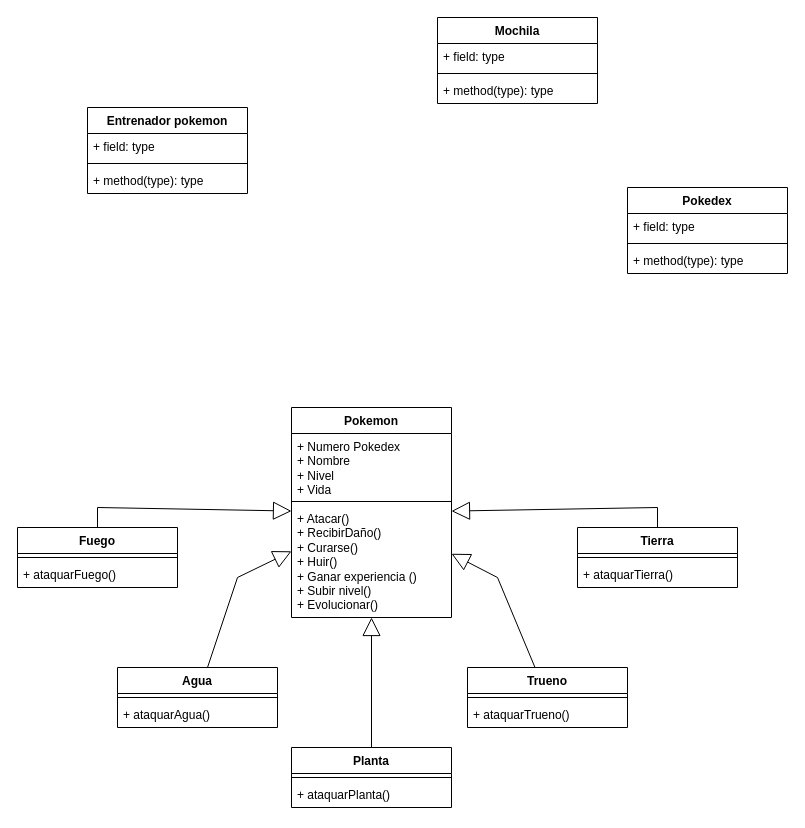
serigio04/Proyecto-tokemon keeps this draw.io diagram as docs/Diagrama de clases.drawio. Above is the earlier version. Source tidied: cells renumbered, new cells numbered last; positions are measured from the earlier drawing's top-left corner, leaving out a move shared by most shapes. Both pictures are drawn from the tidied source at 100%, with x=0, y=0 at pixel (17, 17).
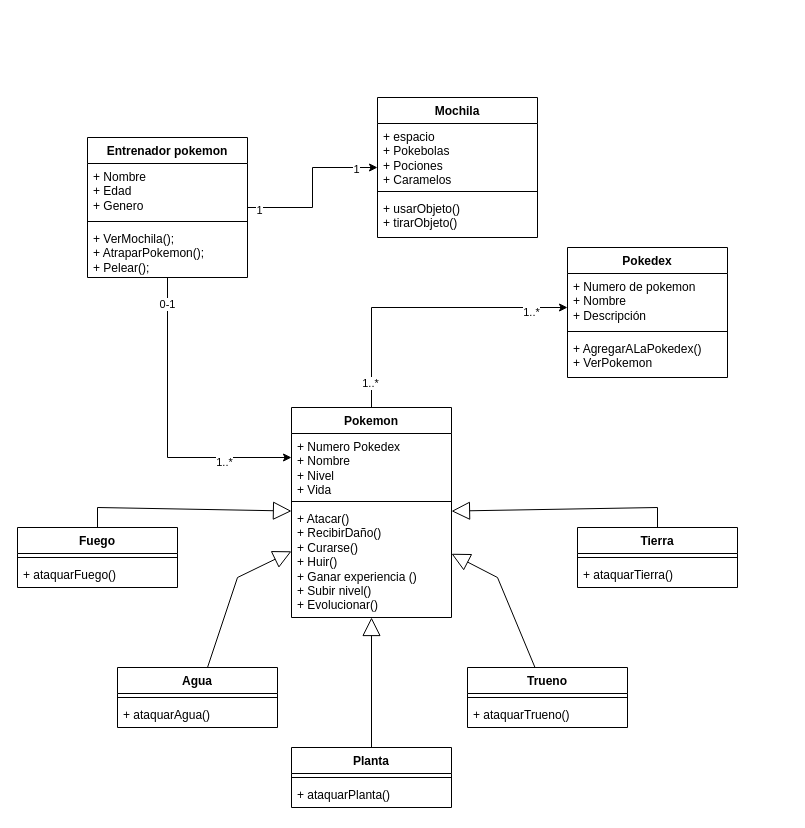
The same diagram, later.

Commit message:
[FIX] Diagrama de clases

The change refers to these unchanged cells:
```xml
<mxCell id="2" value="Pokemon" style="swimlane;fontStyle=1;align=center;verticalAlign=top;horizontal=1;startSize=26;whiteSpace=wrap;html=1;" parent="1" vertex="1">
  <mxGeometry x="274" y="390" width="160" height="210" as="geometry" />
</mxCell>
```

Diff of the diagram source:
```diff
@@
+    <mxCell id="38" style="edgeStyle=orthogonalEdgeStyle;rounded=0;jettySize=auto;html=1;" parent="1" edge="1" source="2" target="26">
+      <mxGeometry relative="1" as="geometry">
+        <Array as="points">
+          <mxPoint x="354" y="290" />
+        </Array>
+      </mxGeometry>
+    </mxCell>
+    <mxCell id="39" value="1..*" style="edgeLabel;html=1;align=center;verticalAlign=middle;" parent="38" vertex="1">
+      <mxGeometry x="-0.83" y="2" relative="1" as="geometry" />
+    </mxCell>
+    <mxCell id="40" value="1..*" style="edgeLabel;html=1;align=center;verticalAlign=middle;" parent="38" vertex="1">
+      <mxGeometry x="0.75" y="-4" relative="1" as="geometry" />
+    </mxCell>
@@
     <mxCell id="26" value="Pokedex" style="swimlane;fontStyle=1;align=center;verticalAlign=top;horizontal=1;startSize=26;whiteSpace=wrap;html=1;" parent="1" vertex="1">
-      <mxGeometry x="610" y="170" width="160" height="86" as="geometry" />
+      <mxGeometry x="550" y="230" width="160" height="130" as="geometry" />
     </mxCell>
-    <mxCell id="27" value="+ field: type" style="text;strokeColor=none;fillColor=none;align=left;verticalAlign=top;spacingLeft=4;spacingRight=4;overflow=hidden;whiteSpace=wrap;html=1;" parent="26" vertex="1">
-      <mxGeometry y="26" width="160" height="26" as="geometry" />
+    <mxCell id="27" value="+ Numero de pokemon&lt;br&gt;+ Nombre&lt;br&gt;+ Descripción" style="text;strokeColor=none;fillColor=none;align=left;verticalAlign=top;spacingLeft=4;spacingRight=4;overflow=hidden;whiteSpace=wrap;html=1;" parent="26" vertex="1">
+      <mxGeometry y="26" width="160" height="54" as="geometry" />
     </mxCell>
     <mxCell id="28" style="line;strokeWidth=1;fillColor=none;align=left;verticalAlign=middle;spacingTop=-1;spacingLeft=3;spacingRight=3;labelPosition=right;strokeColor=inherit;" parent="26" vertex="1">
-      <mxGeometry y="52" width="160" height="8" as="geometry" />
+      <mxGeometry y="80" width="160" height="8" as="geometry" />
     </mxCell>
-    <mxCell id="29" value="+ method(type): type" style="text;strokeColor=none;fillColor=none;align=left;verticalAlign=top;spacingLeft=4;spacingRight=4;overflow=hidden;whiteSpace=wrap;html=1;" parent="26" vertex="1">
-      <mxGeometry y="60" width="160" height="26" as="geometry" />
+    <mxCell id="29" value="+ AgregarALaPokedex()&lt;br&gt;+ VerPokemon" style="text;strokeColor=none;fillColor=none;align=left;verticalAlign=top;spacingLeft=4;spacingRight=4;overflow=hidden;whiteSpace=wrap;html=1;" parent="26" vertex="1">
+      <mxGeometry y="88" width="160" height="42" as="geometry" />
     </mxCell>
+    <mxCell id="41" style="edgeStyle=orthogonalEdgeStyle;rounded=0;jettySize=auto;html=1;" parent="1" edge="1" source="30" target="34">
+      <mxGeometry relative="1" as="geometry" />
+    </mxCell>
+    <mxCell id="42" value="1" style="edgeLabel;html=1;align=center;verticalAlign=middle;" parent="41" vertex="1">
+      <mxGeometry x="0.73" y="-1" relative="1" as="geometry">
+        <mxPoint x="1" as="offset" />
+      </mxGeometry>
+    </mxCell>
+    <mxCell id="43" value="1" style="edgeLabel;html=1;align=center;verticalAlign=middle;" parent="41" vertex="1">
+      <mxGeometry x="-0.87" y="-2" relative="1" as="geometry" />
+    </mxCell>
+    <mxCell id="44" style="edgeStyle=orthogonalEdgeStyle;rounded=0;jettySize=auto;html=1;" parent="1" edge="1" source="30" target="2">
+      <mxGeometry relative="1" as="geometry">
+        <Array as="points">
+          <mxPoint x="150" y="440" />
+        </Array>
+      </mxGeometry>
+    </mxCell>
+    <mxCell id="45" value="0-1" style="edgeLabel;html=1;align=center;verticalAlign=middle;" parent="44" vertex="1">
+      <mxGeometry x="-0.83" y="-1" relative="1" as="geometry" />
+    </mxCell>
+    <mxCell id="46" value="1..*" style="edgeLabel;html=1;align=center;verticalAlign=middle;" parent="44" vertex="1">
+      <mxGeometry x="0.55" y="-4" relative="1" as="geometry" />
+    </mxCell>
     <mxCell id="30" value="Entrenador pokemon" style="swimlane;fontStyle=1;align=center;verticalAlign=top;horizontal=1;startSize=26;whiteSpace=wrap;html=1;" parent="1" vertex="1">
-      <mxGeometry x="70" y="90" width="160" height="86" as="geometry" />
+      <mxGeometry x="70" y="120" width="160" height="140" as="geometry" />
     </mxCell>
-    <mxCell id="31" value="+ field: type" style="text;strokeColor=none;fillColor=none;align=left;verticalAlign=top;spacingLeft=4;spacingRight=4;overflow=hidden;whiteSpace=wrap;html=1;" parent="30" vertex="1">
-      <mxGeometry y="26" width="160" height="26" as="geometry" />
+    <mxCell id="31" value="+ Nombre&lt;br&gt;+ Edad&lt;br&gt;+ Genero" style="text;strokeColor=none;fillColor=none;align=left;verticalAlign=top;spacingLeft=4;spacingRight=4;overflow=hidden;whiteSpace=wrap;html=1;" parent="30" vertex="1">
+      <mxGeometry y="26" width="160" height="54" as="geometry" />
     </mxCell>
     <mxCell id="32" style="line;strokeWidth=1;fillColor=none;align=left;verticalAlign=middle;spacingTop=-1;spacingLeft=3;spacingRight=3;labelPosition=right;strokeColor=inherit;" parent="30" vertex="1">
-      <mxGeometry y="52" width="160" height="8" as="geometry" />
+      <mxGeometry y="80" width="160" height="8" as="geometry" />
     </mxCell>
-    <mxCell id="33" value="+ method(type): type" style="text;strokeColor=none;fillColor=none;align=left;verticalAlign=top;spacingLeft=4;spacingRight=4;overflow=hidden;whiteSpace=wrap;html=1;" parent="30" vertex="1">
-      <mxGeometry y="60" width="160" height="26" as="geometry" />
+    <mxCell id="33" value="+ VerMochila();&lt;br&gt;+ AtraparPokemon();&lt;br&gt;+ Pelear();" style="text;strokeColor=none;fillColor=none;align=left;verticalAlign=top;spacingLeft=4;spacingRight=4;overflow=hidden;whiteSpace=wrap;html=1;" parent="30" vertex="1">
+      <mxGeometry y="88" width="160" height="52" as="geometry" />
     </mxCell>
     <mxCell id="34" value="Mochila" style="swimlane;fontStyle=1;align=center;verticalAlign=top;horizontal=1;startSize=26;whiteSpace=wrap;html=1;" parent="1" vertex="1">
-      <mxGeometry x="420" width="160" height="86" as="geometry" />
+      <mxGeometry x="360" y="80" width="160" height="140" as="geometry" />
     </mxCell>
-    <mxCell id="35" value="+ field: type" style="text;strokeColor=none;fillColor=none;align=left;verticalAlign=top;spacingLeft=4;spacingRight=4;overflow=hidden;whiteSpace=wrap;html=1;" parent="34" vertex="1">
-      <mxGeometry y="26" width="160" height="26" as="geometry" />
+    <mxCell id="35" value="+ espacio&lt;br&gt;+ Pokebolas&lt;br&gt;+ Pociones&amp;nbsp;&lt;br&gt;+ Caramelos" style="text;strokeColor=none;fillColor=none;align=left;verticalAlign=top;spacingLeft=4;spacingRight=4;overflow=hidden;whiteSpace=wrap;html=1;" parent="34" vertex="1">
+      <mxGeometry y="26" width="160" height="64" as="geometry" />
     </mxCell>
     <mxCell id="36" style="line;strokeWidth=1;fillColor=none;align=left;verticalAlign=middle;spacingTop=-1;spacingLeft=3;spacingRight=3;labelPosition=right;strokeColor=inherit;" parent="34" vertex="1">
-      <mxGeometry y="52" width="160" height="8" as="geometry" />
+      <mxGeometry y="90" width="160" height="8" as="geometry" />
     </mxCell>
-    <mxCell id="37" value="+ method(type): type" style="text;strokeColor=none;fillColor=none;align=left;verticalAlign=top;spacingLeft=4;spacingRight=4;overflow=hidden;whiteSpace=wrap;html=1;" parent="34" vertex="1">
-      <mxGeometry y="60" width="160" height="26" as="geometry" />
+    <mxCell id="37" value="+ usarObjeto()&lt;br&gt;+ tirarObjeto()" style="text;strokeColor=none;fillColor=none;align=left;verticalAlign=top;spacingLeft=4;spacingRight=4;overflow=hidden;whiteSpace=wrap;html=1;" parent="34" vertex="1">
+      <mxGeometry y="98" width="160" height="42" as="geometry" />
     </mxCell>
```
